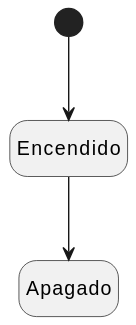
The PlantUML diagram ModeloDeDominio/DiagramaDeEstados/Sistema/DiagramaEstadosSistema.svg in pablarce/23-24-IdSw1-SDR, before a commit.
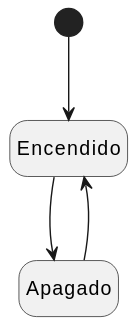
Above is the later version.

Commit message:
Arreglo de Diagrama de Estados Pista y Sistema

Change to the diagram source:
```diff
@@ -2,4 +2,5 @@
 hide empty description
 [*] --> Encendido
 Encendido--> Apagado
+Apagado--> Encendido
 @enduml
```
